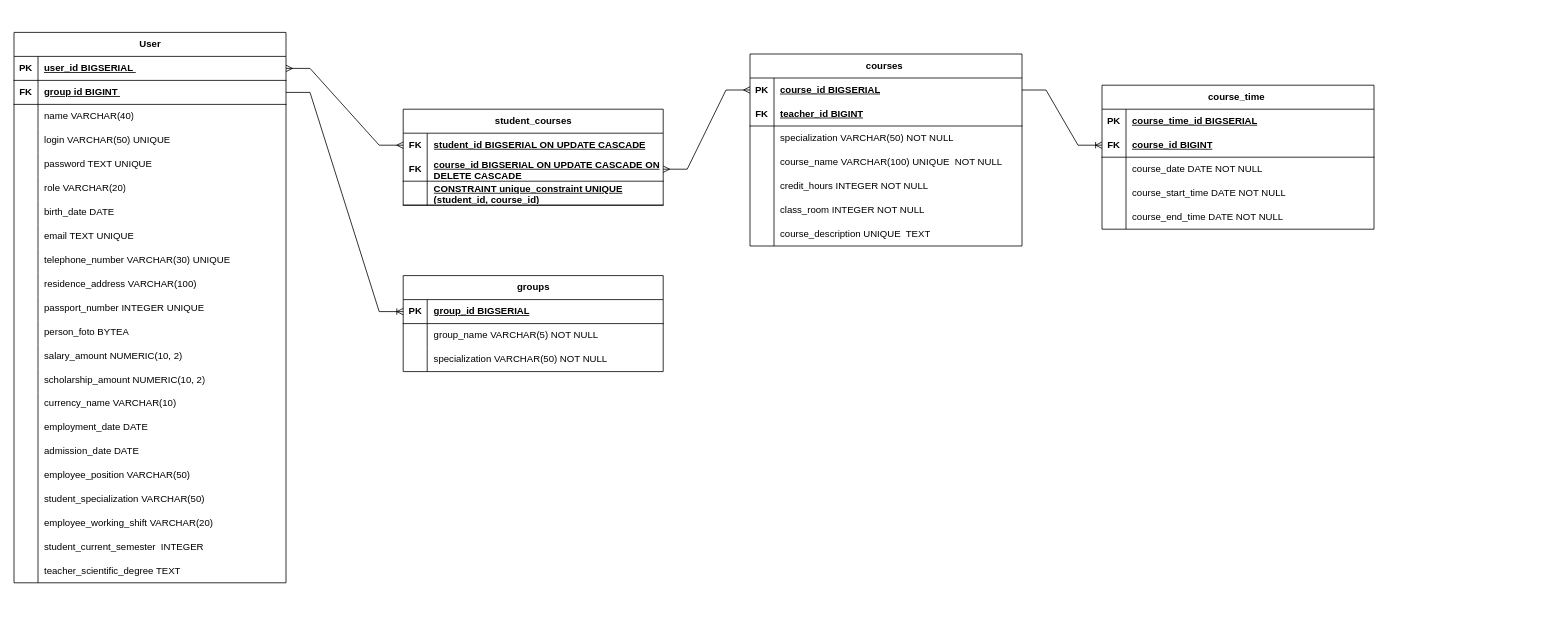
AndreiKurbatov/university-cms-docs keeps this draw.io diagram as database_schema.drawio. Above is the earlier version. Source tidied: cells renumbered, new cells numbered last; positions are measured from the earlier drawing's top-left corner, leaving out a move shared by most shapes. Both pictures are drawn from the tidied source at 80%, with x=0, y=0 at pixel (14, 32).
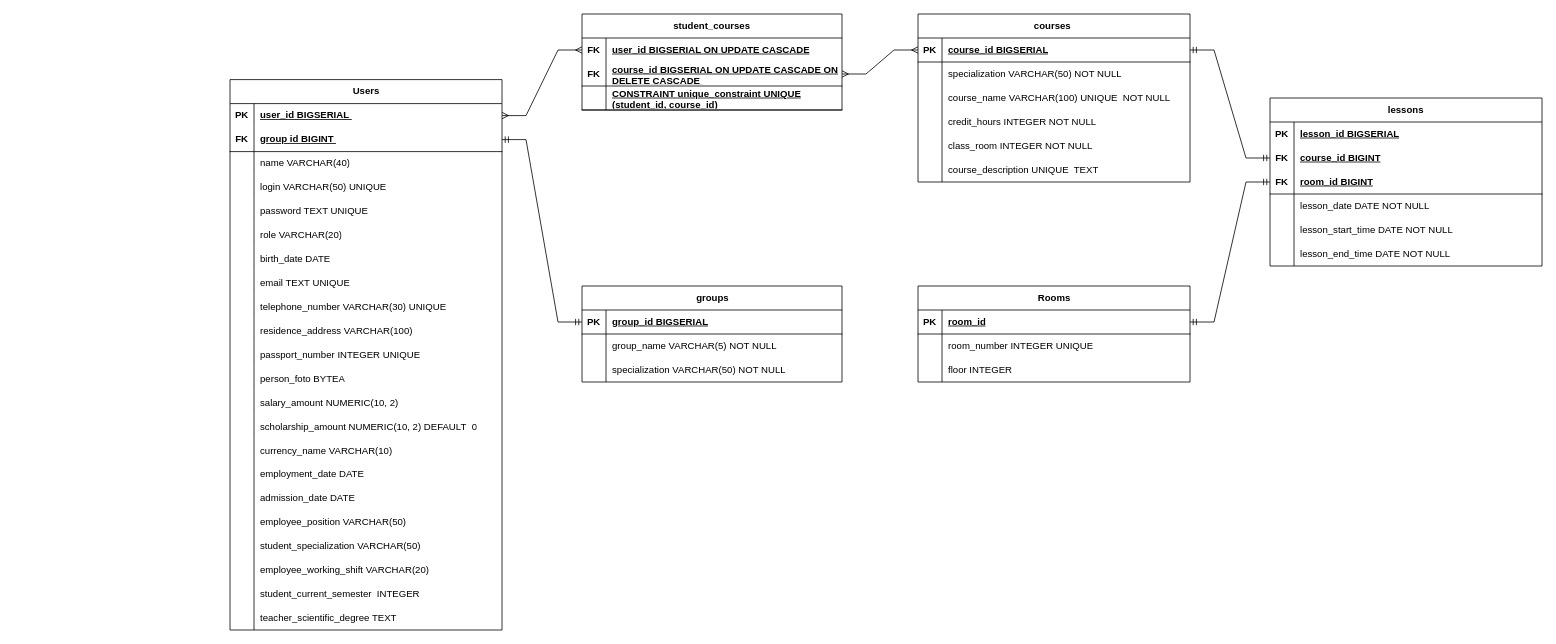
The same diagram, later.

The change refers to these unchanged cells:
```xml
<mxCell id="4" style="shape=tableRow;horizontal=0;startSize=0;swimlaneHead=0;swimlaneBody=0;fillColor=none;points=[[0,0.5],[1,0.5]];portConstraint=eastwest;top=0;left=0;right=0;bottom=1;" parent="3" vertex="1">
  <mxGeometry y="30" width="325" height="30" as="geometry" />
</mxCell>
<mxCell id="36" style="shape=tableRow;horizontal=0;startSize=0;swimlaneHead=0;swimlaneBody=0;fillColor=none;top=0;left=0;right=0;bottom=0;html=1;" parent="35" vertex="1">
  <mxGeometry y="30" width="340" height="30" as="geometry" />
</mxCell>
<mxCell id="54" style="shape=tableRow;horizontal=0;startSize=0;swimlaneHead=0;swimlaneBody=0;fillColor=none;points=[[0,0.5],[1,0.5]];portConstraint=eastwest;top=0;left=0;right=0;bottom=0;html=1;" parent="53" vertex="1">
  <mxGeometry y="30" width="325" height="30" as="geometry" />
</mxCell>
<mxCell id="57" style="shape=tableRow;horizontal=0;startSize=0;swimlaneHead=0;swimlaneBody=0;fillColor=none;points=[[0,0.5],[1,0.5]];portConstraint=eastwest;top=0;left=0;right=0;bottom=1;html=1;" parent="53" vertex="1">
  <mxGeometry y="60" width="325" height="30" as="geometry" />
</mxCell>
<mxCell id="100" style="shape=tableRow;horizontal=0;startSize=0;swimlaneHead=0;swimlaneBody=0;fillColor=none;top=0;left=0;right=0;bottom=0;" parent="63" vertex="1">
  <mxGeometry y="390" width="340" height="30" as="geometry" />
</mxCell>
<mxCell id="103" style="shape=tableRow;horizontal=0;startSize=0;swimlaneHead=0;swimlaneBody=0;fillColor=none;top=0;left=0;right=0;bottom=0;" parent="63" vertex="1">
  <mxGeometry y="420" width="340" height="30" as="geometry" />
</mxCell>
```

What changed in the source:
```diff
@@
-    <mxCell id="2" style="edgeStyle=entityRelationEdgeStyle;fontSize=12;html=1;endArrow=ERmany;startArrow=ERmany;rounded=0;exitX=1;exitY=0.5;exitDx=0;exitDy=0;entryX=0;entryY=0.5;entryDx=0;entryDy=0;" parent="1" edge="1" source="64" target="54">
-      <mxGeometry relative="1" as="geometry" />
-    </mxCell>
     <mxCell id="3" value="groups" style="shape=table;startSize=30;childLayout=tableLayout;rowLines=0;fontStyle=1;align=center;html=1;" parent="1" vertex="1">
-      <mxGeometry x="486.5" y="304" width="325" height="120" as="geometry" />
+      <mxGeometry x="710" y="317" width="325" height="120" as="geometry" />
     </mxCell>
@@
     <mxCell id="13" value="courses&amp;nbsp;" style="shape=table;startSize=30;childLayout=tableLayout;rowLines=0;fontStyle=1;align=center;html=1;whiteSpace=wrap;" parent="1" vertex="1">
-      <mxGeometry x="920" y="27" width="340" height="240" as="geometry" />
+      <mxGeometry x="1130" y="-23" width="340" height="210" as="geometry" />
     </mxCell>
-    <mxCell id="14" style="shape=tableRow;horizontal=0;startSize=0;swimlaneHead=0;swimlaneBody=0;fillColor=none;points=[[0,0.5],[1,0.5]];portConstraint=eastwest;top=0;left=0;right=0;bottom=0;html=1;" parent="13" vertex="1">
-      <mxGeometry y="30" width="340" height="30" as="geometry" />
-    </mxCell>
-    <mxCell id="15" value="PK" style="shape=partialRectangle;fillColor=none;top=0;left=0;bottom=0;right=0;fontStyle=1;overflow=hidden;html=1;whiteSpace=wrap;" parent="14" vertex="1">
-      <mxGeometry width="30" height="30" as="geometry" />
-    </mxCell>
-    <mxCell id="16" value="course_id BIGSERIAL" style="shape=partialRectangle;fillColor=none;top=0;left=0;bottom=0;right=0;align=left;spacingLeft=6;fontStyle=5;overflow=hidden;html=1;whiteSpace=wrap;" parent="14" vertex="1">
-      <mxGeometry x="30" width="310" height="30" as="geometry" />
-    </mxCell>
     <mxCell id="17" style="shape=tableRow;horizontal=0;startSize=0;swimlaneHead=0;swimlaneBody=0;fillColor=none;points=[[0,0.5],[1,0.5]];portConstraint=eastwest;top=0;left=0;right=0;bottom=1;html=1;" parent="13" vertex="1">
-      <mxGeometry y="60" width="340" height="30" as="geometry" />
+      <mxGeometry y="30" width="340" height="30" as="geometry" />
     </mxCell>
-    <mxCell id="18" value="FK" style="shape=partialRectangle;fillColor=none;top=0;left=0;bottom=0;right=0;fontStyle=1;overflow=hidden;html=1;whiteSpace=wrap;" parent="17" vertex="1">
+    <mxCell id="18" value="PK" style="shape=partialRectangle;fillColor=none;top=0;left=0;bottom=0;right=0;fontStyle=1;overflow=hidden;html=1;whiteSpace=wrap;" parent="17" vertex="1">
       <mxGeometry width="30" height="30" as="geometry" />
     </mxCell>
-    <mxCell id="19" value="teacher_id BIGINT" style="shape=partialRectangle;fillColor=none;top=0;left=0;bottom=0;right=0;align=left;spacingLeft=6;fontStyle=5;overflow=hidden;html=1;whiteSpace=wrap;" parent="17" vertex="1">
+    <mxCell id="19" value="course_id BIGSERIAL" style="shape=partialRectangle;fillColor=none;top=0;left=0;bottom=0;right=0;align=left;spacingLeft=6;fontStyle=5;overflow=hidden;html=1;whiteSpace=wrap;" parent="17" vertex="1">
       <mxGeometry x="30" width="310" height="30" as="geometry" />
     </mxCell>
     <mxCell id="20" style="shape=tableRow;horizontal=0;startSize=0;swimlaneHead=0;swimlaneBody=0;fillColor=none;top=0;left=0;right=0;bottom=0;html=1;" parent="13" vertex="1">
-      <mxGeometry y="90" width="340" height="30" as="geometry" />
+      <mxGeometry y="60" width="340" height="30" as="geometry" />
     </mxCell>
@@
     <mxCell id="23" style="shape=tableRow;horizontal=0;startSize=0;swimlaneHead=0;swimlaneBody=0;fillColor=none;top=0;left=0;right=0;bottom=0;html=1;" parent="13" vertex="1">
-      <mxGeometry y="120" width="340" height="30" as="geometry" />
+      <mxGeometry y="90" width="340" height="30" as="geometry" />
     </mxCell>
@@
     <mxCell id="26" style="shape=tableRow;horizontal=0;startSize=0;swimlaneHead=0;swimlaneBody=0;fillColor=none;top=0;left=0;right=0;bottom=0;html=1;" parent="13" vertex="1">
-      <mxGeometry y="150" width="340" height="30" as="geometry" />
+      <mxGeometry y="120" width="340" height="30" as="geometry" />
     </mxCell>
@@
     <mxCell id="29" style="shape=tableRow;horizontal=0;startSize=0;swimlaneHead=0;swimlaneBody=0;fillColor=none;top=0;left=0;right=0;bottom=0;html=1;" parent="13" vertex="1">
-      <mxGeometry y="180" width="340" height="30" as="geometry" />
+      <mxGeometry y="150" width="340" height="30" as="geometry" />
     </mxCell>
@@
     <mxCell id="32" style="shape=tableRow;horizontal=0;startSize=0;swimlaneHead=0;swimlaneBody=0;fillColor=none;top=0;left=0;right=0;bottom=0;html=1;" parent="13" vertex="1">
-      <mxGeometry y="210" width="340" height="30" as="geometry" />
+      <mxGeometry y="180" width="340" height="30" as="geometry" />
     </mxCell>
@@
-    <mxCell id="35" value="course_time&amp;nbsp;" style="shape=table;startSize=30;childLayout=tableLayout;rowLines=0;fontStyle=1;align=center;html=1;whiteSpace=wrap;" parent="1" vertex="1">
-      <mxGeometry x="1360" y="66" width="340" height="180" as="geometry" />
+    <mxCell id="35" value="lessons" style="shape=table;startSize=30;childLayout=tableLayout;rowLines=0;fontStyle=1;align=center;html=1;whiteSpace=wrap;" parent="1" vertex="1">
+      <mxGeometry x="1570" y="82" width="340" height="210" as="geometry" />
     </mxCell>
@@
-    <mxCell id="38" value="course_time_id BIGSERIAL" style="shape=partialRectangle;fillColor=none;top=0;left=0;bottom=0;right=0;align=left;spacingLeft=6;fontStyle=5;overflow=hidden;html=1;whiteSpace=wrap;" parent="36" vertex="1">
+    <mxCell id="38" value="lesson_id BIGSERIAL" style="shape=partialRectangle;fillColor=none;top=0;left=0;bottom=0;right=0;align=left;spacingLeft=6;fontStyle=5;overflow=hidden;html=1;whiteSpace=wrap;" parent="36" vertex="1">
       <mxGeometry x="30" width="310" height="30" as="geometry" />
     </mxCell>
+    <mxCell id="131" style="shape=tableRow;horizontal=0;startSize=0;swimlaneHead=0;swimlaneBody=0;fillColor=none;points=[[0,0.5],[1,0.5]];portConstraint=eastwest;top=0;left=0;right=0;bottom=0;html=1;" parent="35" vertex="1">
+      <mxGeometry y="60" width="340" height="30" as="geometry" />
+    </mxCell>
+    <mxCell id="132" value="FK" style="shape=partialRectangle;fillColor=none;top=0;left=0;bottom=0;right=0;fontStyle=1;overflow=hidden;html=1;whiteSpace=wrap;" parent="131" vertex="1">
+      <mxGeometry width="30" height="30" as="geometry" />
+    </mxCell>
+    <mxCell id="133" value="course_id BIGINT" style="shape=partialRectangle;fillColor=none;top=0;left=0;bottom=0;right=0;align=left;spacingLeft=6;fontStyle=5;overflow=hidden;html=1;whiteSpace=wrap;" parent="131" vertex="1">
+      <mxGeometry x="30" width="310" height="30" as="geometry" />
+    </mxCell>
     <mxCell id="39" style="shape=tableRow;horizontal=0;startSize=0;swimlaneHead=0;swimlaneBody=0;fillColor=none;points=[[0,0.5],[1,0.5]];portConstraint=eastwest;top=0;left=0;right=0;bottom=1;html=1;" parent="35" vertex="1">
-      <mxGeometry y="60" width="340" height="30" as="geometry" />
+      <mxGeometry y="90" width="340" height="30" as="geometry" />
     </mxCell>
@@
-    <mxCell id="41" value="course_id BIGINT" style="shape=partialRectangle;fillColor=none;top=0;left=0;bottom=0;right=0;align=left;spacingLeft=6;fontStyle=5;overflow=hidden;html=1;whiteSpace=wrap;" parent="39" vertex="1">
+    <mxCell id="41" value="room_id BIGINT" style="shape=partialRectangle;fillColor=none;top=0;left=0;bottom=0;right=0;align=left;spacingLeft=6;fontStyle=5;overflow=hidden;html=1;whiteSpace=wrap;" parent="39" vertex="1">
       <mxGeometry x="30" width="310" height="30" as="geometry" />
     </mxCell>
     <mxCell id="42" style="shape=tableRow;horizontal=0;startSize=0;swimlaneHead=0;swimlaneBody=0;fillColor=none;top=0;left=0;right=0;bottom=0;html=1;" parent="35" vertex="1">
-      <mxGeometry y="90" width="340" height="30" as="geometry" />
+      <mxGeometry y="120" width="340" height="30" as="geometry" />
     </mxCell>
@@
-    <mxCell id="44" value="course_date DATE NOT NULL" style="shape=partialRectangle;fillColor=none;top=0;left=0;bottom=0;right=0;align=left;spacingLeft=6;overflow=hidden;html=1;whiteSpace=wrap;" parent="42" vertex="1">
+    <mxCell id="44" value="lesson_date DATE NOT NULL" style="shape=partialRectangle;fillColor=none;top=0;left=0;bottom=0;right=0;align=left;spacingLeft=6;overflow=hidden;html=1;whiteSpace=wrap;" parent="42" vertex="1">
       <mxGeometry x="30" width="310" height="30" as="geometry" />
     </mxCell>
     <mxCell id="45" style="shape=tableRow;horizontal=0;startSize=0;swimlaneHead=0;swimlaneBody=0;fillColor=none;top=0;left=0;right=0;bottom=0;html=1;" parent="35" vertex="1">
-      <mxGeometry y="120" width="340" height="30" as="geometry" />
+      <mxGeometry y="150" width="340" height="30" as="geometry" />
     </mxCell>
@@
-    <mxCell id="47" value="course_start_time DATE NOT NULL" style="shape=partialRectangle;fillColor=none;top=0;left=0;bottom=0;right=0;align=left;spacingLeft=6;overflow=hidden;html=1;whiteSpace=wrap;" parent="45" vertex="1">
+    <mxCell id="47" value="lesson_start_time DATE NOT NULL" style="shape=partialRectangle;fillColor=none;top=0;left=0;bottom=0;right=0;align=left;spacingLeft=6;overflow=hidden;html=1;whiteSpace=wrap;" parent="45" vertex="1">
       <mxGeometry x="30" width="310" height="30" as="geometry" />
     </mxCell>
     <mxCell id="48" style="shape=tableRow;horizontal=0;startSize=0;swimlaneHead=0;swimlaneBody=0;fillColor=none;top=0;left=0;right=0;bottom=0;html=1;" parent="35" vertex="1">
-      <mxGeometry y="150" width="340" height="30" as="geometry" />
+      <mxGeometry y="180" width="340" height="30" as="geometry" />
     </mxCell>
@@
-    <mxCell id="50" value="course_end_time DATE NOT NULL" style="shape=partialRectangle;fillColor=none;top=0;left=0;bottom=0;right=0;align=left;spacingLeft=6;overflow=hidden;html=1;whiteSpace=wrap;" parent="48" vertex="1">
+    <mxCell id="50" value="lesson_end_time DATE NOT NULL" style="shape=partialRectangle;fillColor=none;top=0;left=0;bottom=0;right=0;align=left;spacingLeft=6;overflow=hidden;html=1;whiteSpace=wrap;" parent="48" vertex="1">
       <mxGeometry x="30" width="310" height="30" as="geometry" />
     </mxCell>
-    <mxCell id="51" style="edgeStyle=entityRelationEdgeStyle;fontSize=12;html=1;endArrow=ERoneToMany;rounded=0;exitX=1;exitY=0.5;exitDx=0;exitDy=0;entryX=0;entryY=0.5;entryDx=0;entryDy=0;" parent="1" edge="1" source="14" target="39">
-      <mxGeometry relative="1" as="geometry" />
-    </mxCell>
-    <mxCell id="52" style="edgeStyle=entityRelationEdgeStyle;fontSize=12;html=1;endArrow=ERmany;startArrow=ERmany;rounded=0;exitX=1;exitY=0.5;exitDx=0;exitDy=0;entryX=0;entryY=0.5;entryDx=0;entryDy=0;" parent="1" edge="1" source="57" target="14">
-      <mxGeometry relative="1" as="geometry" />
-    </mxCell>
     <mxCell id="53" value="student_courses" style="shape=table;startSize=30;childLayout=tableLayout;rowLines=0;fontStyle=1;align=center;html=1;whiteSpace=wrap;" parent="1" vertex="1">
-      <mxGeometry x="486.5" y="96" width="325" height="120" as="geometry" />
+      <mxGeometry x="710" y="-23" width="325" height="120" as="geometry" />
     </mxCell>
@@
-    <mxCell id="56" value="student_id BIGSERIAL ON UPDATE CASCADE" style="shape=partialRectangle;fillColor=none;top=0;left=0;bottom=0;right=0;align=left;spacingLeft=6;fontStyle=5;overflow=hidden;html=1;whiteSpace=wrap;" parent="54" vertex="1">
+    <mxCell id="56" value="user_id BIGSERIAL ON UPDATE CASCADE" style="shape=partialRectangle;fillColor=none;top=0;left=0;bottom=0;right=0;align=left;spacingLeft=6;fontStyle=5;overflow=hidden;html=1;whiteSpace=wrap;" parent="54" vertex="1">
       <mxGeometry x="30" width="295" height="30" as="geometry" />
     </mxCell>
@@
-    <mxCell id="63" value="User" style="shape=table;startSize=30;childLayout=tableLayout;rowLines=0;fontStyle=1;align=center;html=1;" parent="1" vertex="1">
-      <mxGeometry width="340" height="688" as="geometry" />
+    <mxCell id="63" value="Users" style="shape=table;startSize=30;childLayout=tableLayout;rowLines=0;fontStyle=1;align=center;html=1;" parent="1" vertex="1">
+      <mxGeometry x="270" y="59" width="340" height="688" as="geometry" />
     </mxCell>
-    <mxCell id="64" style="shape=tableRow;horizontal=0;startSize=0;swimlaneHead=0;swimlaneBody=0;fillColor=none;points=[[0,0.5],[1,0.5]];portConstraint=eastwest;top=0;left=0;right=0;bottom=1;" parent="63" vertex="1">
-      <mxGeometry y="30" width="340" height="30" as="geometry" />
-    </mxCell>
-    <mxCell id="65" value="PK" style="shape=partialRectangle;fillColor=none;top=0;left=0;bottom=0;right=0;fontStyle=1;overflow=hidden;whiteSpace=wrap;html=1;" parent="64" vertex="1">
-      <mxGeometry width="30" height="30" as="geometry" />
-    </mxCell>
+    <mxCell id="14" style="shape=tableRow;horizontal=0;startSize=0;swimlaneHead=0;swimlaneBody=0;fillColor=none;points=[[0,0.5],[1,0.5]];portConstraint=eastwest;top=0;left=0;right=0;bottom=0;html=1;" parent="63" vertex="1">
+      <mxGeometry y="30" width="340" height="30" as="geometry" />
+    </mxCell>
+    <mxCell id="15" value="PK" style="shape=partialRectangle;fillColor=none;top=0;left=0;bottom=0;right=0;fontStyle=1;overflow=hidden;html=1;whiteSpace=wrap;" parent="14" vertex="1">
+      <mxGeometry width="30" height="30" as="geometry" />
+    </mxCell>
-    <mxCell id="66" value="user_id BIGSERIAL&amp;nbsp;" style="shape=partialRectangle;fillColor=none;top=0;left=0;bottom=0;right=0;align=left;spacingLeft=6;fontStyle=5;overflow=hidden;whiteSpace=wrap;html=1;" parent="64" vertex="1">
+    <mxCell id="66" value="user_id BIGSERIAL&amp;nbsp;" style="shape=partialRectangle;fillColor=none;top=0;left=0;bottom=0;right=0;align=left;spacingLeft=6;fontStyle=5;overflow=hidden;html=1;whiteSpace=wrap;" parent="14" vertex="1">
       <mxGeometry x="30" width="310" height="30" as="geometry" />
     </mxCell>
-    <mxCell id="67" style="shape=tableRow;horizontal=0;startSize=0;swimlaneHead=0;swimlaneBody=0;fillColor=none;points=[[0,0.5],[1,0.5]];portConstraint=eastwest;top=0;left=0;right=0;bottom=1;" parent="63" vertex="1">
-      <mxGeometry y="60" width="340" height="30" as="geometry" />
-    </mxCell>
-    <mxCell id="68" value="FK" style="shape=partialRectangle;fillColor=none;top=0;left=0;bottom=0;right=0;fontStyle=1;overflow=hidden;whiteSpace=wrap;html=1;" parent="67" vertex="1">
-      <mxGeometry width="30" height="30" as="geometry" />
-    </mxCell>
+    <mxCell id="134" style="shape=tableRow;horizontal=0;startSize=0;swimlaneHead=0;swimlaneBody=0;fillColor=none;points=[[0,0.5],[1,0.5]];portConstraint=eastwest;top=0;left=0;right=0;bottom=1;html=1;" parent="63" vertex="1">
+      <mxGeometry y="60" width="340" height="30" as="geometry" />
+    </mxCell>
+    <mxCell id="135" value="FK" style="shape=partialRectangle;fillColor=none;top=0;left=0;bottom=0;right=0;fontStyle=1;overflow=hidden;html=1;whiteSpace=wrap;" parent="134" vertex="1">
+      <mxGeometry width="30" height="30" as="geometry" />
+    </mxCell>
-    <mxCell id="69" value="group id BIGINT&amp;nbsp;" style="shape=partialRectangle;fillColor=none;top=0;left=0;bottom=0;right=0;align=left;spacingLeft=6;fontStyle=5;overflow=hidden;whiteSpace=wrap;html=1;" parent="67" vertex="1">
+    <mxCell id="69" value="group id BIGINT&amp;nbsp;" style="shape=partialRectangle;fillColor=none;top=0;left=0;bottom=0;right=0;align=left;spacingLeft=6;fontStyle=5;overflow=hidden;html=1;whiteSpace=wrap;" parent="134" vertex="1">
       <mxGeometry x="30" width="310" height="30" as="geometry" />
     </mxCell>
@@
-    <mxCell id="102" value="salary_amount&amp;nbsp;NUMERIC(10, 2)&amp;nbsp;" style="shape=partialRectangle;fillColor=none;top=0;left=0;bottom=0;right=0;align=left;spacingLeft=6;overflow=hidden;whiteSpace=wrap;html=1;" parent="100" vertex="1">
+    <mxCell id="102" value="salary_amount&amp;nbsp;NUMERIC(10, 2)&amp;nbsp;&amp;nbsp;" style="shape=partialRectangle;fillColor=none;top=0;left=0;bottom=0;right=0;align=left;spacingLeft=6;overflow=hidden;whiteSpace=wrap;html=1;" parent="100" vertex="1">
       <mxGeometry x="30" width="310" height="30" as="geometry" />
     </mxCell>
@@
-    <mxCell id="105" value="scholarship_amount&amp;nbsp;NUMERIC(10, 2)" style="shape=partialRectangle;fillColor=none;top=0;left=0;bottom=0;right=0;align=left;spacingLeft=6;overflow=hidden;whiteSpace=wrap;html=1;" parent="103" vertex="1">
+    <mxCell id="105" value="scholarship_amount&amp;nbsp;NUMERIC(10, 2)&amp;nbsp;DEFAULT&amp;nbsp; 0" style="shape=partialRectangle;fillColor=none;top=0;left=0;bottom=0;right=0;align=left;spacingLeft=6;overflow=hidden;whiteSpace=wrap;html=1;" parent="103" vertex="1">
       <mxGeometry x="30" width="310" height="30" as="geometry" />
     </mxCell>
@@
-    <mxCell id="130" style="edgeStyle=entityRelationEdgeStyle;fontSize=12;html=1;endArrow=ERoneToMany;rounded=0;exitX=1;exitY=0.5;exitDx=0;exitDy=0;entryX=0;entryY=0.5;entryDx=0;entryDy=0;" parent="1" edge="1" source="67" target="4">
-      <mxGeometry relative="1" as="geometry" />
-    </mxCell>
+    <mxCell id="136" value="Rooms" style="shape=table;startSize=30;childLayout=tableLayout;rowLines=0;fontStyle=1;align=center;html=1;" parent="1" vertex="1">
+      <mxGeometry x="1130" y="317" width="340" height="120" as="geometry" />
+    </mxCell>
+    <mxCell id="64" style="shape=tableRow;horizontal=0;startSize=0;swimlaneHead=0;swimlaneBody=0;fillColor=none;points=[[0,0.5],[1,0.5]];portConstraint=eastwest;top=0;left=0;right=0;bottom=1;" parent="136" vertex="1">
+      <mxGeometry y="30" width="340" height="30" as="geometry" />
+    </mxCell>
+    <mxCell id="65" value="PK" style="shape=partialRectangle;fillColor=none;top=0;left=0;bottom=0;right=0;fontStyle=1;overflow=hidden;whiteSpace=wrap;html=1;" parent="64" vertex="1">
+      <mxGeometry width="30" height="30" as="geometry" />
+    </mxCell>
+    <mxCell id="137" value="room_id" style="shape=partialRectangle;fillColor=none;top=0;left=0;bottom=0;right=0;align=left;spacingLeft=6;fontStyle=5;overflow=hidden;whiteSpace=wrap;html=1;" parent="64" vertex="1">
+      <mxGeometry x="30" width="310" height="30" as="geometry" />
+    </mxCell>
+    <mxCell id="138" style="shape=tableRow;horizontal=0;startSize=0;swimlaneHead=0;swimlaneBody=0;fillColor=none;top=0;left=0;right=0;bottom=0;" parent="136" vertex="1">
+      <mxGeometry y="60" width="340" height="30" as="geometry" />
+    </mxCell>
+    <mxCell id="139" style="shape=partialRectangle;fillColor=none;top=0;left=0;bottom=0;right=0;overflow=hidden;whiteSpace=wrap;html=1;" parent="138" vertex="1">
+      <mxGeometry width="30" height="30" as="geometry" />
+    </mxCell>
+    <mxCell id="140" value="room_number INTEGER UNIQUE" style="shape=partialRectangle;fillColor=none;top=0;left=0;bottom=0;right=0;align=left;spacingLeft=6;overflow=hidden;whiteSpace=wrap;html=1;" parent="138" vertex="1">
+      <mxGeometry x="30" width="310" height="30" as="geometry" />
+    </mxCell>
+    <mxCell id="141" style="shape=tableRow;horizontal=0;startSize=0;swimlaneHead=0;swimlaneBody=0;fillColor=none;top=0;left=0;right=0;bottom=0;" parent="136" vertex="1">
+      <mxGeometry y="90" width="340" height="30" as="geometry" />
+    </mxCell>
+    <mxCell id="142" style="shape=partialRectangle;fillColor=none;top=0;left=0;bottom=0;right=0;overflow=hidden;whiteSpace=wrap;html=1;" parent="141" vertex="1">
+      <mxGeometry width="30" height="30" as="geometry" />
+    </mxCell>
+    <mxCell id="143" value="floor INTEGER" style="shape=partialRectangle;fillColor=none;top=0;left=0;bottom=0;right=0;align=left;spacingLeft=6;overflow=hidden;whiteSpace=wrap;html=1;" parent="141" vertex="1">
+      <mxGeometry x="30" width="310" height="30" as="geometry" />
+    </mxCell>
+    <mxCell id="144" style="edgeStyle=entityRelationEdgeStyle;fontSize=12;html=1;endArrow=ERmandOne;startArrow=ERmandOne;rounded=0;exitX=1;exitY=0.5;exitDx=0;exitDy=0;entryX=0;entryY=0.5;entryDx=0;entryDy=0;" parent="1" edge="1" source="64" target="39">
+      <mxGeometry relative="1" as="geometry" />
+    </mxCell>
+    <mxCell id="145" style="edgeStyle=entityRelationEdgeStyle;fontSize=12;html=1;endArrow=ERmany;startArrow=ERmany;rounded=0;exitX=1;exitY=0.5;exitDx=0;exitDy=0;entryX=0;entryY=0.5;entryDx=0;entryDy=0;" parent="1" edge="1" source="14" target="54">
+      <mxGeometry relative="1" as="geometry" />
+    </mxCell>
+    <mxCell id="146" style="edgeStyle=entityRelationEdgeStyle;fontSize=12;html=1;endArrow=ERmany;startArrow=ERmany;rounded=0;entryX=0;entryY=0.5;entryDx=0;entryDy=0;exitX=1;exitY=0.5;exitDx=0;exitDy=0;" parent="1" edge="1" source="57" target="17">
+      <mxGeometry relative="1" as="geometry" />
+    </mxCell>
+    <mxCell id="147" style="edgeStyle=entityRelationEdgeStyle;fontSize=12;html=1;endArrow=ERmandOne;startArrow=ERmandOne;rounded=0;entryX=0;entryY=0.5;entryDx=0;entryDy=0;exitX=1;exitY=0.5;exitDx=0;exitDy=0;" parent="1" edge="1" source="17" target="131">
+      <mxGeometry relative="1" as="geometry" />
+    </mxCell>
+    <mxCell id="148" style="edgeStyle=entityRelationEdgeStyle;fontSize=12;html=1;endArrow=ERmandOne;startArrow=ERmandOne;rounded=0;exitX=1;exitY=0.5;exitDx=0;exitDy=0;entryX=0;entryY=0.5;entryDx=0;entryDy=0;" parent="1" edge="1" source="134" target="4">
+      <mxGeometry relative="1" as="geometry" />
+    </mxCell>
```
